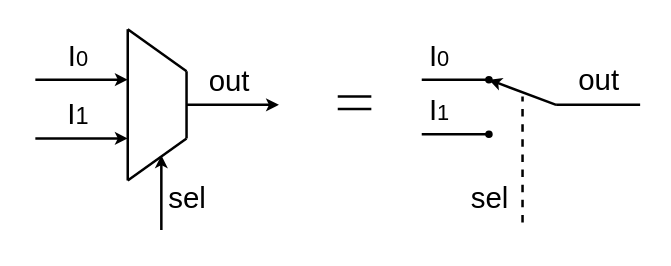
This is .pic/Basic Verilog structures/multiplexors/fig_01.drawio.svg from MPSU/APS, a draw.io export, as it was before one commit. Source tidied: cells renumbered, new cells last; positions are measured from the earlier drawing's top-left corner, leaving out a move shared by most shapes. The source it was exported from:
```xml
<mxGraphModel>
  <root>
    <mxCell id="0" />
    <mxCell id="1" parent="0" />
    <mxCell id="2" style="endArrow=none;html=1;rounded=0;strokeWidth=3;fontColor=#000000;strokeColor=#000000;" parent="1" edge="1">
      <mxGeometry relative="1" as="geometry">
        <mxPoint x="110" as="sourcePoint" />
        <mxPoint x="180" y="50" as="targetPoint" />
      </mxGeometry>
    </mxCell>
    <mxCell id="3" style="endArrow=none;html=1;rounded=0;strokeWidth=3;fontColor=#000000;strokeColor=#000000;" parent="1" edge="1">
      <mxGeometry relative="1" as="geometry">
        <mxPoint x="180" y="130" as="sourcePoint" />
        <mxPoint x="110" y="180" as="targetPoint" />
      </mxGeometry>
    </mxCell>
    <mxCell id="4" style="endArrow=none;html=1;rounded=0;strokeWidth=3;fontColor=#000000;strokeColor=#000000;" parent="1" edge="1">
      <mxGeometry relative="1" as="geometry">
        <mxPoint x="180" y="50" as="sourcePoint" />
        <mxPoint x="180" y="130" as="targetPoint" />
      </mxGeometry>
    </mxCell>
    <mxCell id="5" style="endArrow=none;html=1;rounded=0;strokeWidth=3;fontColor=#000000;strokeColor=#000000;" parent="1" edge="1">
      <mxGeometry relative="1" as="geometry">
        <mxPoint x="110" as="sourcePoint" />
        <mxPoint x="110" y="180" as="targetPoint" />
      </mxGeometry>
    </mxCell>
    <mxCell id="6" style="endArrow=classic;html=1;rounded=0;strokeWidth=3;startArrow=none;startFill=0;endFill=1;fontColor=#000000;strokeColor=#000000;" parent="1" edge="1">
      <mxGeometry relative="1" as="geometry">
        <mxPoint x="180" y="90" as="sourcePoint" />
        <mxPoint x="290" y="90" as="targetPoint" />
      </mxGeometry>
    </mxCell>
    <mxCell id="7" value="&lt;font style=&quot;font-size: 35px;&quot;&gt;out&lt;/font&gt;" style="edgeLabel;html=1;align=center;verticalAlign=middle;fontSize=12;fontColor=#000000;labelBackgroundColor=none;" parent="6" vertex="1">
      <mxGeometry x="0.25" y="1" relative="1" as="geometry">
        <mxPoint x="-19" y="-29" as="offset" />
      </mxGeometry>
    </mxCell>
    <mxCell id="8" style="endArrow=classic;html=1;rounded=0;strokeWidth=3;startArrow=none;startFill=0;endFill=1;fontColor=#000000;strokeColor=#000000;" parent="1" edge="1">
      <mxGeometry relative="1" as="geometry">
        <mxPoint y="60" as="sourcePoint" />
        <mxPoint x="110" y="60" as="targetPoint" />
      </mxGeometry>
    </mxCell>
    <mxCell id="9" value="&lt;span style=&quot;font-size: 35px;&quot;&gt;I&lt;/span&gt;&lt;font style=&quot;font-size: 26px;&quot;&gt;0&lt;/font&gt;" style="edgeLabel;html=1;align=center;verticalAlign=middle;fontSize=12;fontColor=#000000;labelBackgroundColor=none;" parent="8" vertex="1">
      <mxGeometry x="0.25" y="1" relative="1" as="geometry">
        <mxPoint x="-19" y="-29" as="offset" />
      </mxGeometry>
    </mxCell>
    <mxCell id="10" style="endArrow=classic;html=1;rounded=0;strokeWidth=3;startArrow=none;startFill=0;endFill=1;fontColor=#000000;strokeColor=#000000;" parent="1" edge="1">
      <mxGeometry relative="1" as="geometry">
        <mxPoint y="130" as="sourcePoint" />
        <mxPoint x="110" y="130" as="targetPoint" />
      </mxGeometry>
    </mxCell>
    <mxCell id="11" value="&lt;font style=&quot;font-size: 35px;&quot;&gt;I&lt;/font&gt;&lt;font style=&quot;font-size: 28px;&quot;&gt;1&lt;/font&gt;" style="edgeLabel;html=1;align=center;verticalAlign=middle;fontSize=12;fontColor=#000000;labelBackgroundColor=none;" parent="10" vertex="1">
      <mxGeometry x="0.25" y="1" relative="1" as="geometry">
        <mxPoint x="-19" y="-29" as="offset" />
      </mxGeometry>
    </mxCell>
    <mxCell id="12" style="endArrow=classic;html=1;rounded=0;strokeWidth=3;startArrow=none;startFill=0;endFill=1;fontColor=#000000;strokeColor=#000000;" parent="1" edge="1">
      <mxGeometry relative="1" as="geometry">
        <mxPoint x="150" y="239" as="sourcePoint" />
        <mxPoint x="150" y="150" as="targetPoint" />
      </mxGeometry>
    </mxCell>
    <mxCell id="13" value="&lt;span style=&quot;font-size: 35px;&quot;&gt;sel&lt;/span&gt;" style="edgeLabel;html=1;align=center;verticalAlign=middle;fontSize=12;fontColor=#000000;labelBackgroundColor=none;" parent="12" vertex="1">
      <mxGeometry x="0.25" y="1" relative="1" as="geometry">
        <mxPoint x="31" y="17" as="offset" />
      </mxGeometry>
    </mxCell>
    <mxCell id="14" style="endArrow=oval;html=1;rounded=0;strokeWidth=3;startArrow=none;startFill=0;endFill=1;fontColor=#000000;strokeColor=#000000;" parent="1" edge="1">
      <mxGeometry relative="1" as="geometry">
        <mxPoint x="460" y="60" as="sourcePoint" />
        <mxPoint x="540" y="60" as="targetPoint" />
      </mxGeometry>
    </mxCell>
    <mxCell id="15" value="&lt;span style=&quot;font-size: 35px;&quot;&gt;I&lt;/span&gt;&lt;font style=&quot;font-size: 26px;&quot;&gt;0&lt;/font&gt;" style="edgeLabel;html=1;align=center;verticalAlign=middle;fontSize=12;fontColor=#000000;labelBackgroundColor=none;" parent="1" vertex="1">
      <mxGeometry x="480" y="30" as="geometry" />
    </mxCell>
    <mxCell id="16" style="endArrow=oval;html=1;rounded=0;strokeWidth=3;startArrow=none;startFill=0;endFill=1;fontColor=#000000;strokeColor=#000000;" parent="1" edge="1">
      <mxGeometry relative="1" as="geometry">
        <mxPoint x="460" y="125" as="sourcePoint" />
        <mxPoint x="540" y="125" as="targetPoint" />
      </mxGeometry>
    </mxCell>
    <mxCell id="17" value="&lt;span style=&quot;font-size: 35px;&quot;&gt;I&lt;/span&gt;&lt;span style=&quot;font-size: 26px;&quot;&gt;1&lt;/span&gt;" style="edgeLabel;html=1;align=center;verticalAlign=middle;fontSize=12;fontColor=#000000;labelBackgroundColor=none;" parent="1" vertex="1">
      <mxGeometry x="480" y="95" as="geometry" />
    </mxCell>
    <mxCell id="18" style="endArrow=classic;html=1;rounded=0;strokeWidth=3;startArrow=none;startFill=0;endFill=1;fontColor=#000000;strokeColor=#000000;" parent="1" edge="1">
      <mxGeometry relative="1" as="geometry">
        <mxPoint x="620" y="90" as="sourcePoint" />
        <mxPoint x="540" y="60" as="targetPoint" />
      </mxGeometry>
    </mxCell>
    <mxCell id="19" value="&lt;font style=&quot;font-size: 35px;&quot;&gt;out&lt;/font&gt;" style="edgeLabel;html=1;align=center;verticalAlign=middle;fontSize=12;fontColor=#000000;labelBackgroundColor=none;" parent="18" vertex="1">
      <mxGeometry x="0.25" y="1" relative="1" as="geometry">
        <mxPoint x="101" y="-12" as="offset" />
      </mxGeometry>
    </mxCell>
    <mxCell id="20" style="endArrow=none;html=1;rounded=0;strokeWidth=3;startArrow=none;startFill=0;endFill=0;fontColor=#000000;strokeColor=#000000;" parent="1" edge="1">
      <mxGeometry relative="1" as="geometry">
        <mxPoint x="720" y="90" as="sourcePoint" />
        <mxPoint x="620" y="90" as="targetPoint" />
      </mxGeometry>
    </mxCell>
    <mxCell id="21" style="endArrow=none;dashed=1;html=1;rounded=0;strokeWidth=3;fontSize=28;fontColor=#000000;strokeColor=#000000;" parent="1" edge="1">
      <mxGeometry relative="1" as="geometry">
        <mxPoint x="580" y="230" as="sourcePoint" />
        <mxPoint x="580" y="80" as="targetPoint" />
      </mxGeometry>
    </mxCell>
    <mxCell id="22" value="&lt;span style=&quot;font-size: 35px;&quot;&gt;sel&lt;/span&gt;" style="edgeLabel;html=1;align=center;verticalAlign=middle;fontSize=12;fontColor=#000000;labelBackgroundColor=none;" parent="1" vertex="1">
      <mxGeometry x="540" y="200" as="geometry" />
    </mxCell>
    <mxCell id="23" style="endArrow=none;html=1;rounded=0;strokeWidth=3;fontSize=28;fontColor=#000000;strokeColor=#000000;" parent="1" edge="1">
      <mxGeometry relative="1" as="geometry">
        <mxPoint x="360" y="80" as="sourcePoint" />
        <mxPoint x="400" y="80" as="targetPoint" />
      </mxGeometry>
    </mxCell>
    <mxCell id="24" style="endArrow=none;html=1;rounded=0;strokeWidth=3;fontSize=28;fontColor=#000000;strokeColor=#000000;" parent="1" edge="1">
      <mxGeometry relative="1" as="geometry">
        <mxPoint x="360" y="95" as="sourcePoint" />
        <mxPoint x="400" y="95" as="targetPoint" />
      </mxGeometry>
    </mxCell>
  </root>
</mxGraphModel>
```
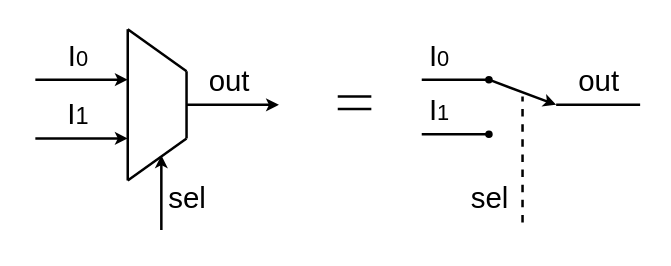
Above is the later version.

Commit message:
Обновление изображение в документе по мультиплексорам

Diff of the diagram source:
```diff
@@ -88,7 +88,7 @@
     <mxCell id="17" value="&lt;span style=&quot;font-size: 35px;&quot;&gt;I&lt;/span&gt;&lt;span style=&quot;font-size: 26px;&quot;&gt;1&lt;/span&gt;" style="edgeLabel;html=1;align=center;verticalAlign=middle;fontSize=12;fontColor=#000000;labelBackgroundColor=none;" parent="1" vertex="1">
       <mxGeometry x="480" y="95" as="geometry" />
     </mxCell>
-    <mxCell id="18" style="endArrow=classic;html=1;rounded=0;strokeWidth=3;startArrow=none;startFill=0;endFill=1;fontColor=#000000;strokeColor=#000000;" parent="1" edge="1">
+    <mxCell id="18" style="endArrow=none;html=1;rounded=0;strokeWidth=3;startArrow=classic;startFill=1;endFill=0;fontColor=#000000;strokeColor=#000000;" parent="1" edge="1">
       <mxGeometry relative="1" as="geometry">
         <mxPoint x="620" y="90" as="sourcePoint" />
         <mxPoint x="540" y="60" as="targetPoint" />
```
